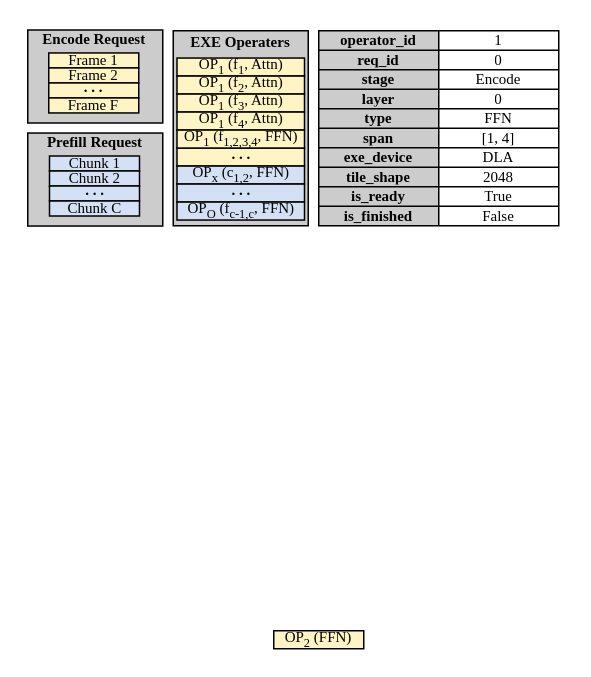
This is figures/design_tile.drawio from icszhr/hermes, a draw.io file, before an edit. Source tidied: cells renumbered, new cells numbered last; positions are measured from the earlier drawing's top-left corner, leaving out a move shared by most shapes. Both pictures are drawn from the tidied source at 150%, with x=0, y=0 at pixel (27, 26).
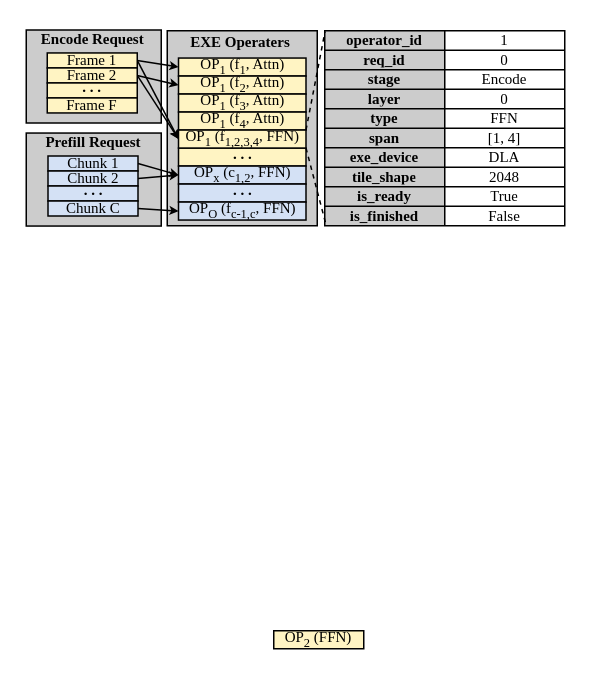
Above is the later version.

The change refers to these unchanged cells:
```xml
<mxCell id="27" style="shape=tableRow;horizontal=0;startSize=0;swimlaneHead=0;swimlaneBody=0;strokeColor=inherit;top=0;left=0;bottom=0;right=0;fillColor=none;points=[[0,0.5],[1,0.5]];portConstraint=eastwest;fontFamily=Times New Roman;spacingBottom=0;spacingTop=-2;fontSize=10;" parent="26" vertex="1">
  <mxGeometry width="160" height="13" as="geometry" />
</mxCell>
```

The edit, as a diff of the source:
```diff
@@
     <mxCell id="2" style="shape=table;startSize=0;childLayout=tableLayout;fontFamily=Times New Roman;spacingBottom=0;spacingTop=-2;fontSize=10;fillColor=#CCCCCC;strokeColor=none;" parent="1" vertex="1">
-      <mxGeometry x="194" y="3" width="80" height="130" as="geometry" />
+      <mxGeometry x="198" y="3" width="80" height="130" as="geometry" />
     </mxCell>
@@
     <mxCell id="21" style="rounded=0;whiteSpace=wrap;html=1;fillColor=#CCCCCC;fontFamily=Times New Roman;fontSize=10;" parent="1" vertex="1">
-      <mxGeometry y="2.5" width="90" height="62" as="geometry" />
+      <mxGeometry x="-1" y="2.5" width="90" height="62" as="geometry" />
     </mxCell>
     <mxCell id="22" style="rounded=0;whiteSpace=wrap;html=1;fillColor=#CCCCCC;fontFamily=Times New Roman;fontSize=10;" parent="1" vertex="1">
-      <mxGeometry y="71.2" width="90" height="62" as="geometry" />
+      <mxGeometry x="-1" y="71.2" width="90" height="62" as="geometry" />
     </mxCell>
     <mxCell id="23" value="&lt;b&gt;Encode Request&lt;/b&gt;" style="text;html=1;whiteSpace=wrap;strokeColor=none;fillColor=none;align=center;verticalAlign=middle;rounded=0;fontFamily=Times New Roman;fontSize=10;" parent="1" vertex="1">
-      <mxGeometry x="3.5" y="2.5" width="81" height="11.8" as="geometry" />
+      <mxGeometry x="2.5" y="2.5" width="81" height="11.8" as="geometry" />
     </mxCell>
     <mxCell id="24" value="&lt;b&gt;Prefill Request&lt;/b&gt;" style="text;html=1;whiteSpace=wrap;strokeColor=none;fillColor=none;align=center;verticalAlign=middle;rounded=0;fontFamily=Times New Roman;fontSize=10;" parent="1" vertex="1">
-      <mxGeometry x="-0.5" y="71.2" width="90" height="11.8" as="geometry" />
+      <mxGeometry x="-1.5" y="71.2" width="90" height="11.8" as="geometry" />
     </mxCell>
     <mxCell id="25" style="rounded=0;whiteSpace=wrap;html=1;fontSize=10;fillColor=#CCCCCC;" parent="1" vertex="1">
-      <mxGeometry x="97" y="3" width="90" height="130" as="geometry" />
+      <mxGeometry x="93" y="3" width="100" height="130" as="geometry" />
     </mxCell>
     <mxCell id="26" style="shape=table;startSize=0;childLayout=tableLayout;fontFamily=Times New Roman;spacingBottom=0;spacingTop=-2;fontSize=10;fillColor=none;" parent="1" vertex="1">
-      <mxGeometry x="194" y="3" width="160" height="130" as="geometry" />
+      <mxGeometry x="198" y="3" width="160" height="130" as="geometry" />
     </mxCell>
@@
+    <mxCell id="76" style="rounded=0;jettySize=auto;html=1;exitX=1;exitY=0.5;exitDx=0;exitDy=0;entryX=0;entryY=0.5;entryDx=0;entryDy=0;endSize=3;" parent="1" edge="1" source="58" target="69">
+      <mxGeometry relative="1" as="geometry" />
+    </mxCell>
     <mxCell id="58" value="Chunk 1" style="rounded=0;whiteSpace=wrap;html=1;fillColor=#D4E1F5;fontFamily=Times New Roman;fontSize=10;spacingTop=-1;" parent="1" vertex="1">
-      <mxGeometry x="14.5" y="86.5" width="60" height="10" as="geometry" />
+      <mxGeometry x="13.5" y="86.5" width="60" height="10" as="geometry" />
     </mxCell>
+    <mxCell id="77" style="rounded=0;jettySize=auto;html=1;exitX=1;exitY=0.5;exitDx=0;exitDy=0;entryX=0;entryY=0.5;entryDx=0;entryDy=0;endSize=3;" parent="1" edge="1" source="59" target="69">
+      <mxGeometry relative="1" as="geometry" />
+    </mxCell>
     <mxCell id="59" value="Chunk 2" style="rounded=0;whiteSpace=wrap;html=1;fillColor=#D4E1F5;fontFamily=Times New Roman;fontSize=10;spacingTop=-1;" parent="1" vertex="1">
-      <mxGeometry x="14.5" y="96.5" width="60" height="10" as="geometry" />
+      <mxGeometry x="13.5" y="96.5" width="60" height="10" as="geometry" />
     </mxCell>
     <mxCell id="60" value="&lt;b&gt;. . .&lt;/b&gt;" style="rounded=0;whiteSpace=wrap;html=1;fillColor=#D4E1F5;fontFamily=Times New Roman;spacing=2;spacingTop=-5;fontSize=10;" parent="1" vertex="1">
-      <mxGeometry x="14.5" y="106.5" width="60" height="10" as="geometry" />
+      <mxGeometry x="13.5" y="106.5" width="60" height="10" as="geometry" />
     </mxCell>
+    <mxCell id="78" style="rounded=0;jettySize=auto;html=1;exitX=1;exitY=0.5;exitDx=0;exitDy=0;entryX=0;entryY=0.5;entryDx=0;entryDy=0;endSize=3;" parent="1" edge="1" source="61" target="71">
+      <mxGeometry relative="1" as="geometry" />
+    </mxCell>
     <mxCell id="61" value="Chunk C" style="rounded=0;whiteSpace=wrap;html=1;fillColor=#D4E1F5;fontFamily=Times New Roman;fontSize=10;spacingTop=-1;" parent="1" vertex="1">
-      <mxGeometry x="14.5" y="116.5" width="60" height="10" as="geometry" />
+      <mxGeometry x="13.5" y="116.5" width="60" height="10" as="geometry" />
     </mxCell>
+    <mxCell id="79" style="rounded=0;jettySize=auto;html=1;exitX=1;exitY=0.5;exitDx=0;exitDy=0;entryX=0;entryY=0.5;entryDx=0;entryDy=0;endSize=3;" parent="1" edge="1" source="62" target="75">
+      <mxGeometry relative="1" as="geometry" />
+    </mxCell>
     <mxCell id="62" value="Frame 1" style="rounded=0;whiteSpace=wrap;html=1;fillColor=#FFF4C3;fontFamily=Times New Roman;fontSize=10;spacingTop=-1;" parent="1" vertex="1">
-      <mxGeometry x="14" y="17.8" width="60" height="10" as="geometry" />
+      <mxGeometry x="13" y="17.8" width="60" height="10" as="geometry" />
     </mxCell>
+    <mxCell id="80" style="rounded=0;jettySize=auto;html=1;exitX=1;exitY=0.5;exitDx=0;exitDy=0;entryX=0;entryY=0.5;entryDx=0;entryDy=0;endSize=3;" parent="1" edge="1" source="63" target="72">
+      <mxGeometry relative="1" as="geometry" />
+    </mxCell>
+    <mxCell id="81" style="rounded=0;jettySize=auto;html=1;exitX=1;exitY=0.5;exitDx=0;exitDy=0;entryX=0;entryY=0.5;entryDx=0;entryDy=0;endSize=3;" parent="1" edge="1" source="63" target="75">
+      <mxGeometry relative="1" as="geometry" />
+    </mxCell>
     <mxCell id="63" value="Frame 2" style="rounded=0;whiteSpace=wrap;html=1;fillColor=#FFF4C3;fontFamily=Times New Roman;fontSize=10;spacingTop=-1;" parent="1" vertex="1">
-      <mxGeometry x="14" y="27.8" width="60" height="10" as="geometry" />
+      <mxGeometry x="13" y="27.8" width="60" height="10" as="geometry" />
     </mxCell>
     <mxCell id="64" value="&lt;b&gt;. . .&lt;/b&gt;" style="rounded=0;whiteSpace=wrap;html=1;fillColor=#FFF4C3;fontFamily=Times New Roman;spacing=2;spacingTop=-5;fontSize=10;" parent="1" vertex="1">
-      <mxGeometry x="14" y="37.8" width="60" height="10" as="geometry" />
+      <mxGeometry x="13" y="37.8" width="60" height="10" as="geometry" />
     </mxCell>
     <mxCell id="65" value="Frame F" style="rounded=0;whiteSpace=wrap;html=1;fillColor=#FFF4C3;fontFamily=Times New Roman;fontSize=10;spacingTop=-1;" parent="1" vertex="1">
-      <mxGeometry x="14" y="47.8" width="60" height="10" as="geometry" />
+      <mxGeometry x="13" y="47.8" width="60" height="10" as="geometry" />
     </mxCell>
     <mxCell id="66" value="OP&lt;sub&gt;1&lt;/sub&gt;&amp;nbsp;(f&lt;sub&gt;1&lt;/sub&gt;, Attn)" style="rounded=0;whiteSpace=wrap;html=1;fillColor=#FFF4C3;fontFamily=Times New Roman;fontSize=10;" parent="1" vertex="1">
-      <mxGeometry x="99.5" y="21.2" width="85" height="12" as="geometry" />
+      <mxGeometry x="100.5" y="21.2" width="85" height="12" as="geometry" />
     </mxCell>
@@
     <mxCell id="68" value="&lt;b&gt;. . .&lt;/b&gt;" style="rounded=0;whiteSpace=wrap;html=1;fillColor=#FFF4C3;fontFamily=Times New Roman;spacing=2;spacingTop=-5;fontSize=10;" parent="1" vertex="1">
-      <mxGeometry x="99.5" y="81.2" width="85" height="12" as="geometry" />
+      <mxGeometry x="100.5" y="81.2" width="85" height="12" as="geometry" />
     </mxCell>
     <mxCell id="69" value="OP&lt;sub&gt;x&lt;/sub&gt;&amp;nbsp;(c&lt;sub&gt;1,2&lt;/sub&gt;, FFN)" style="rounded=0;whiteSpace=wrap;html=1;fillColor=#D4E1F5;fontFamily=Times New Roman;fontSize=10;" parent="1" vertex="1">
-      <mxGeometry x="99.5" y="93.2" width="85" height="12" as="geometry" />
+      <mxGeometry x="100.5" y="93.2" width="85" height="12" as="geometry" />
     </mxCell>
     <mxCell id="70" value="&lt;b&gt;. . .&lt;/b&gt;" style="rounded=0;whiteSpace=wrap;html=1;fillColor=#D4E1F5;fontFamily=Times New Roman;spacingTop=-5;fontSize=10;" parent="1" vertex="1">
-      <mxGeometry x="99.5" y="105.2" width="85" height="12" as="geometry" />
+      <mxGeometry x="100.5" y="105.2" width="85" height="12" as="geometry" />
     </mxCell>
     <mxCell id="71" value="OP&lt;sub&gt;O&lt;/sub&gt;&amp;nbsp;(f&lt;sub&gt;c-1,c&lt;/sub&gt;, FFN)" style="rounded=0;whiteSpace=wrap;html=1;fillColor=#D4E1F5;fontFamily=Times New Roman;fontSize=10;" parent="1" vertex="1">
-      <mxGeometry x="99.5" y="117.2" width="85" height="12" as="geometry" />
+      <mxGeometry x="100.5" y="117.2" width="85" height="12" as="geometry" />
     </mxCell>
     <mxCell id="72" value="OP&lt;sub&gt;1&lt;/sub&gt;&amp;nbsp;(f&lt;sub&gt;2&lt;/sub&gt;, Attn)" style="rounded=0;whiteSpace=wrap;html=1;fillColor=#FFF4C3;fontFamily=Times New Roman;fontSize=10;" parent="1" vertex="1">
-      <mxGeometry x="99.5" y="33.2" width="85" height="12" as="geometry" />
+      <mxGeometry x="100.5" y="33.2" width="85" height="12" as="geometry" />
     </mxCell>
     <mxCell id="73" value="OP&lt;sub&gt;1&lt;/sub&gt;&amp;nbsp;(f&lt;sub&gt;3&lt;/sub&gt;, Attn)" style="rounded=0;whiteSpace=wrap;html=1;fillColor=#FFF4C3;fontFamily=Times New Roman;fontSize=10;" parent="1" vertex="1">
-      <mxGeometry x="99.5" y="45.2" width="85" height="12" as="geometry" />
+      <mxGeometry x="100.5" y="45.2" width="85" height="12" as="geometry" />
     </mxCell>
     <mxCell id="74" value="OP&lt;sub&gt;1&lt;/sub&gt;&amp;nbsp;(f&lt;sub&gt;4&lt;/sub&gt;, Attn)" style="rounded=0;whiteSpace=wrap;html=1;fillColor=#FFF4C3;fontFamily=Times New Roman;fontSize=10;" parent="1" vertex="1">
-      <mxGeometry x="99.5" y="57.2" width="85" height="12" as="geometry" />
+      <mxGeometry x="100.5" y="57.2" width="85" height="12" as="geometry" />
     </mxCell>
     <mxCell id="75" value="OP&lt;sub&gt;1&lt;/sub&gt;&amp;nbsp;(f&lt;sub&gt;1,2,3,4&lt;/sub&gt;, FFN)" style="rounded=0;whiteSpace=wrap;html=1;fillColor=#FFF4C3;fontFamily=Times New Roman;fontSize=10;" parent="1" vertex="1">
-      <mxGeometry x="99.5" y="69.2" width="85" height="12" as="geometry" />
+      <mxGeometry x="100.5" y="69.2" width="85" height="12" as="geometry" />
     </mxCell>
+    <mxCell id="82" style="rounded=0;jettySize=auto;html=1;exitX=1;exitY=0.5;exitDx=0;exitDy=0;entryX=0;entryY=0.5;entryDx=0;entryDy=0;endSize=3;" parent="1" edge="1" source="62" target="66">
+      <mxGeometry relative="1" as="geometry" />
+    </mxCell>
+    <mxCell id="83" style="rounded=0;jettySize=auto;html=1;exitX=1;exitY=0;exitDx=0;exitDy=0;entryX=0.001;entryY=0.042;entryDx=0;entryDy=0;entryPerimeter=0;endArrow=none;endFill=0;dashed=1;" parent="1" edge="1" source="75" target="27">
+      <mxGeometry relative="1" as="geometry" />
+    </mxCell>
+    <mxCell id="84" style="rounded=0;jettySize=auto;html=1;exitX=1;exitY=0;exitDx=0;exitDy=0;entryX=0;entryY=0.993;entryDx=0;entryDy=0;entryPerimeter=0;endArrow=none;endFill=0;dashed=1;" parent="1" edge="1" source="68">
+      <mxGeometry relative="1" as="geometry">
+        <mxPoint x="199" y="132.9" as="targetPoint" />
+      </mxGeometry>
+    </mxCell>
```
